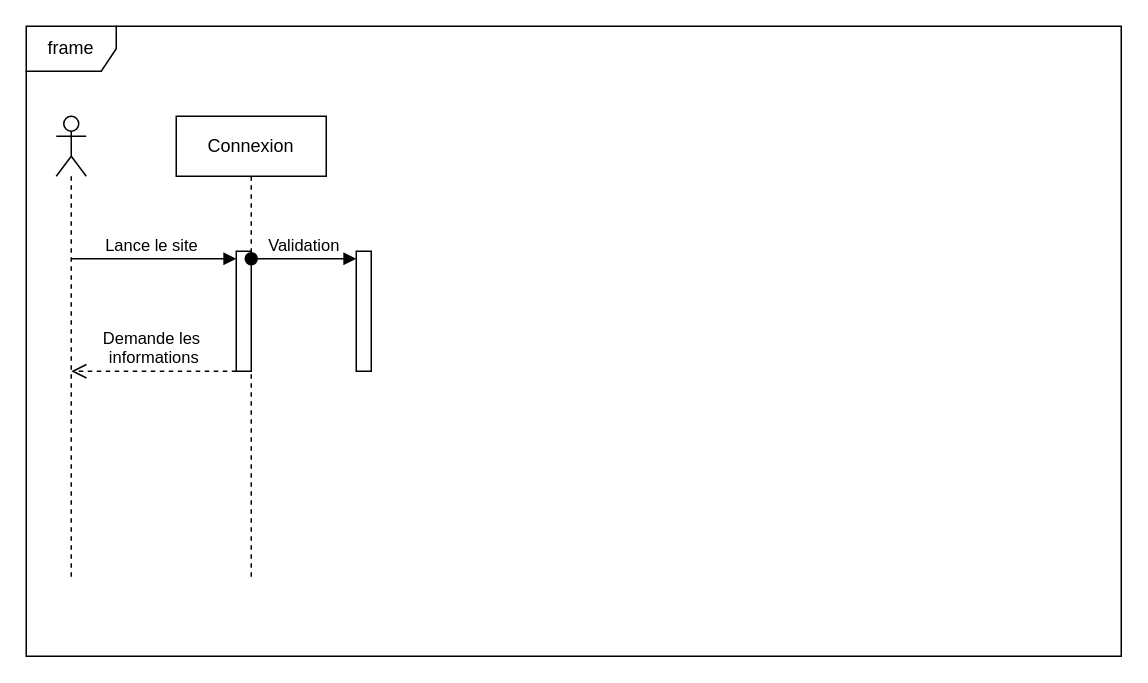
Before: PORTFOLIO.drawio in kairxuu/PORTFOLIO, a draw.io diagram. Source tidied: cells renumbered, new cells numbered last; positions are measured from the earlier drawing's top-left corner, leaving out a move shared by most shapes. Both pictures are drawn from the tidied source at 150%, with x=0, y=0 at pixel (26, 26).
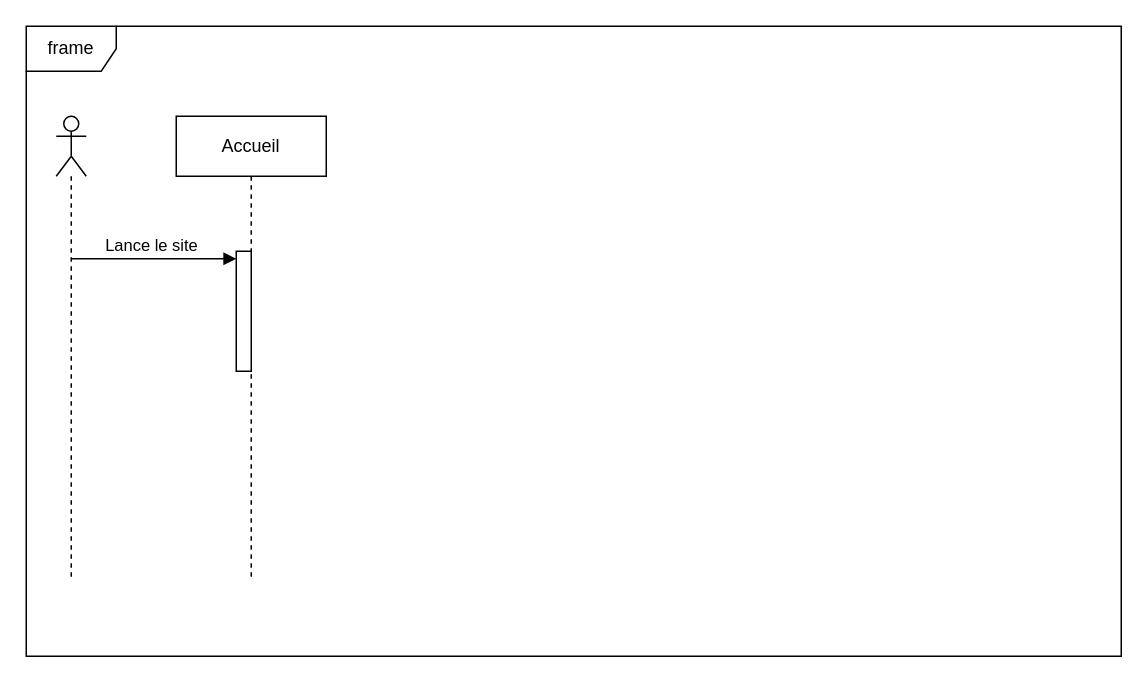
After the change.

What changed in the source:
```diff
@@
 <mxGraphModel>
   <root>
     <mxCell id="0" />
     <mxCell id="1" parent="0" />
     <mxCell id="2" style="shape=umlLifeline;perimeter=lifelinePerimeter;whiteSpace=wrap;html=1;newEdgeStyle={&quot;curved&quot;:0,&quot;rounded&quot;:0};participant=umlActor;" parent="1" vertex="1">
       <mxGeometry x="20" y="60" width="20" height="310" as="geometry" />
     </mxCell>
-    <mxCell id="3" value="Connexion" style="shape=umlLifeline;perimeter=lifelinePerimeter;whiteSpace=wrap;html=1;newEdgeStyle={&quot;curved&quot;:0,&quot;rounded&quot;:0};" parent="1" vertex="1">
+    <mxCell id="3" value="Accueil" style="shape=umlLifeline;perimeter=lifelinePerimeter;whiteSpace=wrap;html=1;newEdgeStyle={&quot;curved&quot;:0,&quot;rounded&quot;:0};" parent="1" vertex="1">
       <mxGeometry x="100" y="60" width="100" height="310" as="geometry" />
     </mxCell>
     <mxCell id="4" value="frame" style="shape=umlFrame;whiteSpace=wrap;html=1;" parent="1" vertex="1">
       <mxGeometry width="730" height="420" as="geometry" />
     </mxCell>
     <mxCell id="5" style="html=1;points=[[0,0,0,0,5],[0,1,0,0,-5],[1,0,0,0,5],[1,1,0,0,-5]];perimeter=orthogonalPerimeter;outlineConnect=0;targetShapes=umlLifeline;portConstraint=eastwest;newEdgeStyle={&quot;curved&quot;:0,&quot;rounded&quot;:0};" parent="1" vertex="1">
       <mxGeometry x="140" y="150" width="10" height="80" as="geometry" />
     </mxCell>
     <mxCell id="6" value="Lance le site&amp;nbsp;" style="html=1;verticalAlign=bottom;endArrow=block;curved=0;rounded=0;entryX=0;entryY=0;entryDx=0;entryDy=5;" parent="1" edge="1" target="5">
       <mxGeometry relative="1" as="geometry">
         <mxPoint x="30" y="155" as="sourcePoint" />
       </mxGeometry>
     </mxCell>
-    <mxCell id="7" value="Demande les&amp;nbsp;&lt;div&gt;informations&lt;/div&gt;" style="html=1;verticalAlign=bottom;endArrow=open;dashed=1;endSize=8;curved=0;rounded=0;" parent="1" edge="1" source="5">
-      <mxGeometry relative="1" as="geometry">
-        <mxPoint x="30" y="230" as="targetPoint" />
-      </mxGeometry>
-    </mxCell>
-    <mxCell id="8" style="html=1;points=[[0,0,0,0,5],[0,1,0,0,-5],[1,0,0,0,5],[1,1,0,0,-5]];perimeter=orthogonalPerimeter;outlineConnect=0;targetShapes=umlLifeline;portConstraint=eastwest;newEdgeStyle={&quot;curved&quot;:0,&quot;rounded&quot;:0};" parent="1" vertex="1">
-      <mxGeometry x="220" y="150" width="10" height="80" as="geometry" />
-    </mxCell>
-    <mxCell id="9" value="Validation" style="html=1;verticalAlign=bottom;startArrow=oval;endArrow=block;startSize=8;curved=0;rounded=0;entryX=0;entryY=0;entryDx=0;entryDy=5;" parent="1" edge="1" target="8">
-      <mxGeometry relative="1" as="geometry">
-        <mxPoint x="150" y="155" as="sourcePoint" />
-      </mxGeometry>
-    </mxCell>
   </root>
 </mxGraphModel>
```
